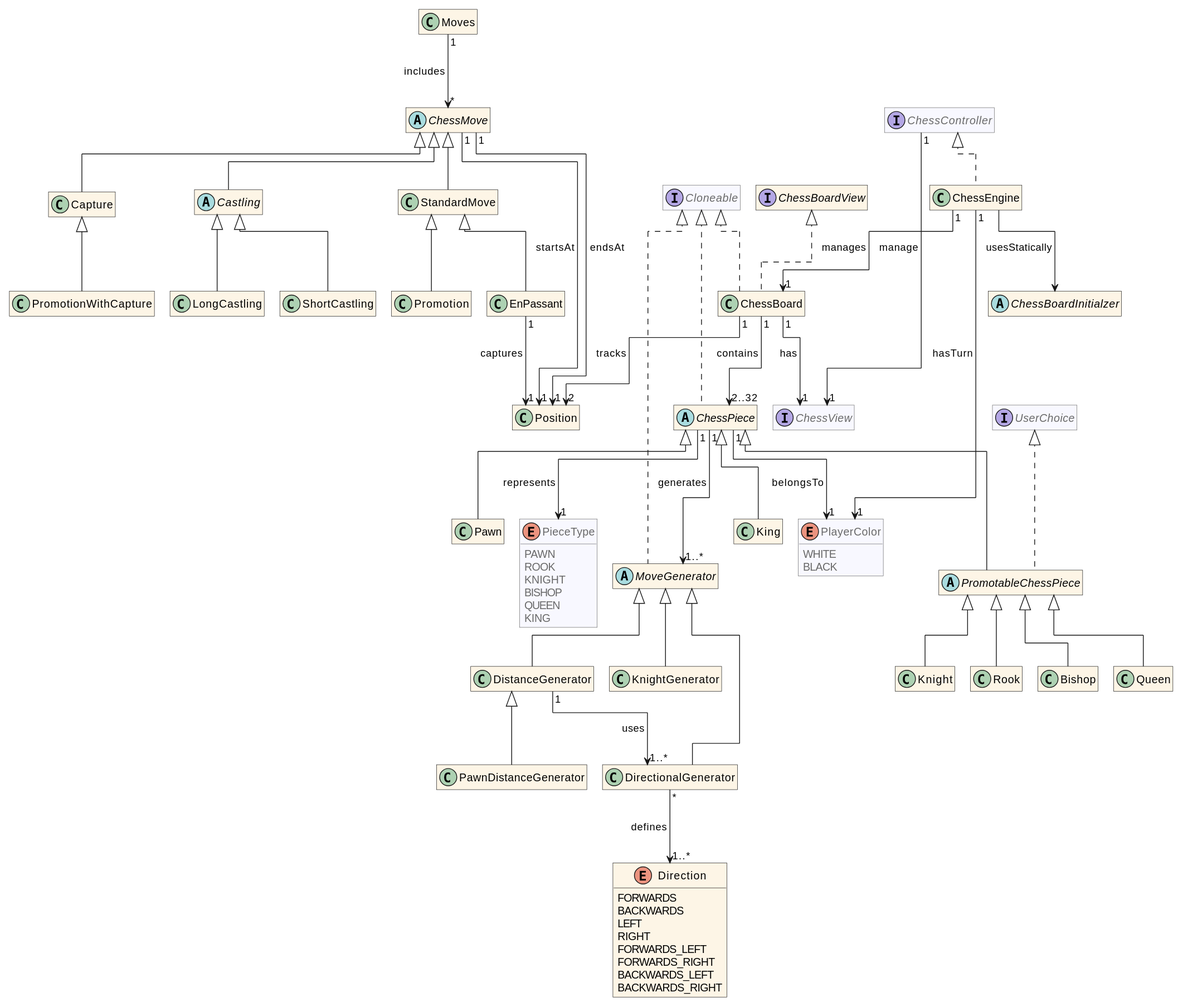
This is docs/assets/uml-simple.svg from HEIG-VD-BA3-POO/labo08, a PlantUML export, as it was before one commit.
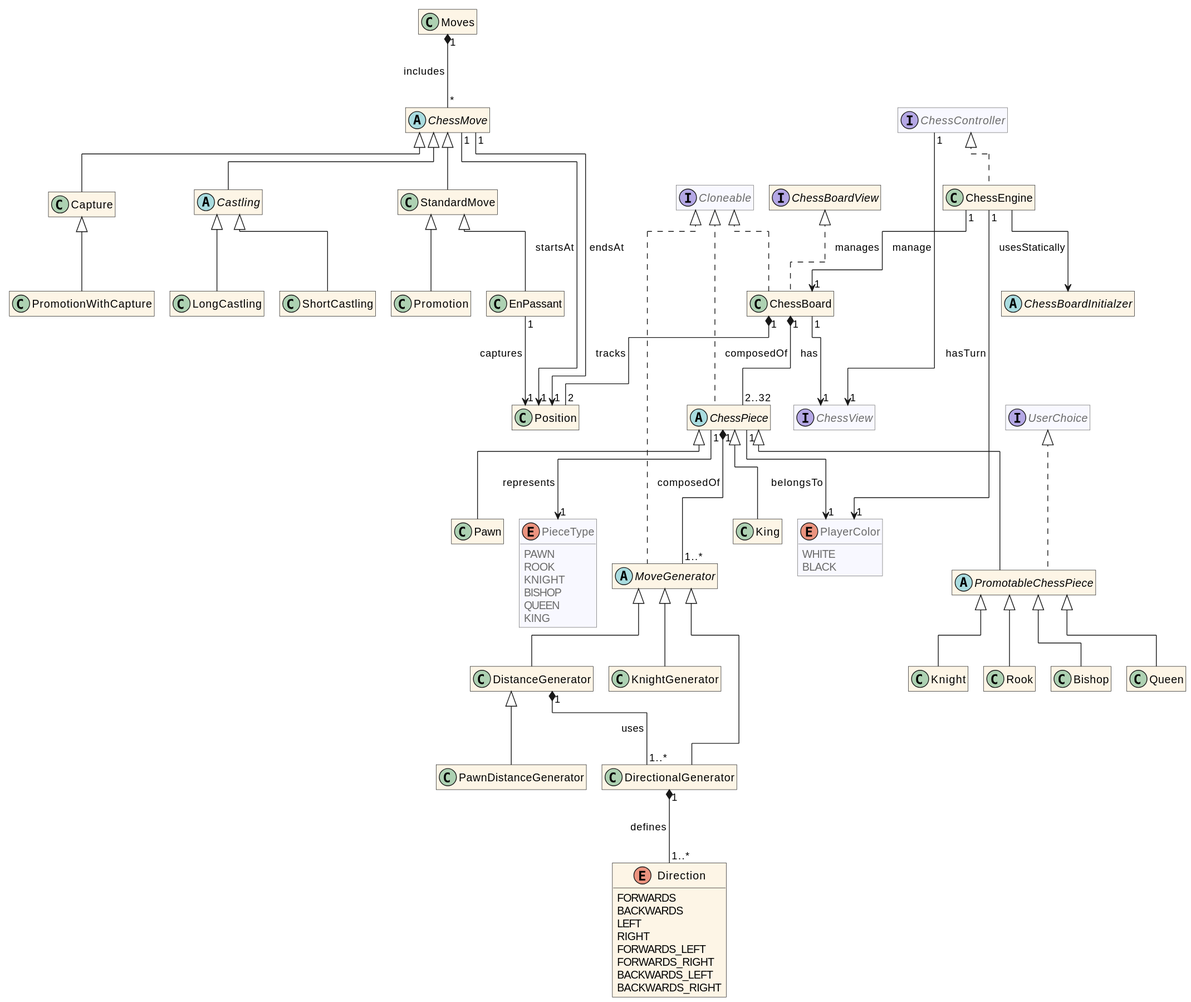
Later version of the same file.

Change to the diagram source:
```diff
@@ -105,17 +105,17 @@
 ChessEngine "1" --> "1" PlayerColor : hasTurn >
 ChessEngine --> ChessBoardInitialzer : usesStatically >
 ChessBoard "1" --> "1" ChessView : has >
-ChessBoard "1" --> "2..32" ChessPiece : contains >
-ChessBoard "1" --> "2" Position : tracks >
+ChessBoard "1" *-- "2..32" ChessPiece : composedOf
+ChessBoard "1" *-- "2" Position : tracks >
 ChessPiece "1" --> "1" PieceType : represents >
 ChessPiece "1" --> "1" PlayerColor : belongsTo >
-ChessPiece "1" --> "1..*" MoveGenerator : generates >
+ChessPiece "1" *-- "1..*" MoveGenerator : composedOf >
 
-DirectionalGenerator "*" --> "1..*" Direction : defines >
-DistanceGenerator "1" --> "1..*" DirectionalGenerator : uses >
+DirectionalGenerator "1" *-- "1..*" Direction : defines >
+DistanceGenerator "1" *-- "1..*" DirectionalGenerator : uses >
 
 ChessMove "1" --> "1" Position : startsAt >
 ChessMove "1" --> "1" Position : endsAt >
-Moves "1" --> "*" ChessMove : includes >
+Moves "1" *-- "*" ChessMove : includes >
 EnPassant "1" --> "1" Position : captures >
 @enduml
```
